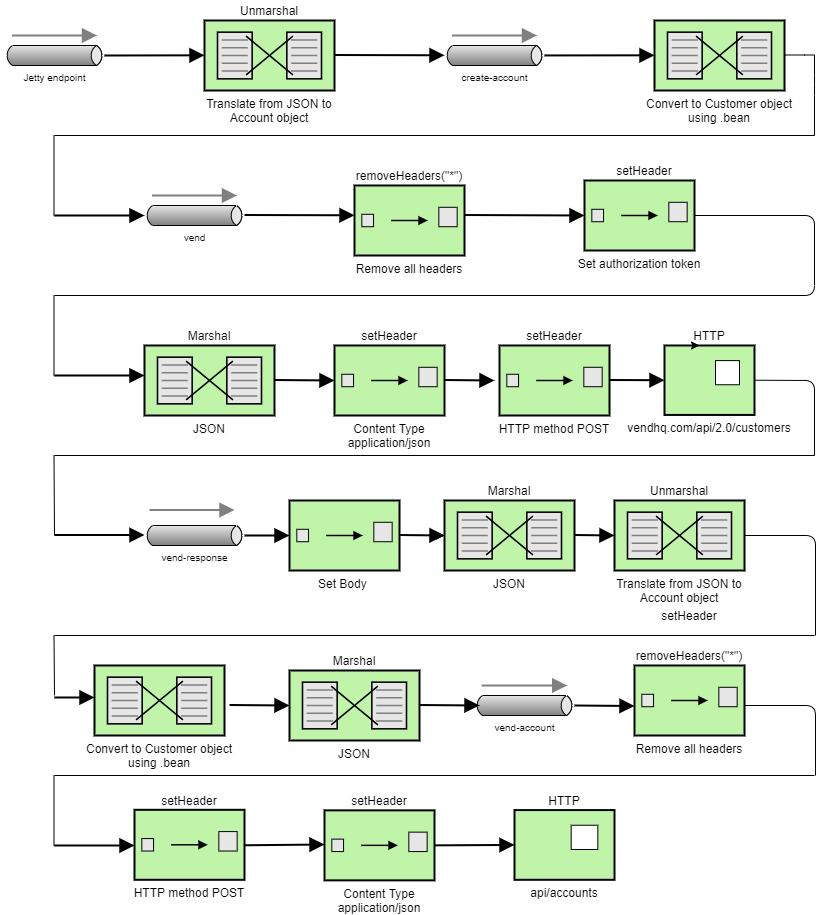
hugonzb/CamelRouter-Project keeps this draw.io diagram as CustomerAccountServiceEIP.png. Above is the earlier version. Source tidied: cells renumbered, new cells last; positions are measured from the earlier drawing's top-left corner, leaving out a move shared by most shapes.
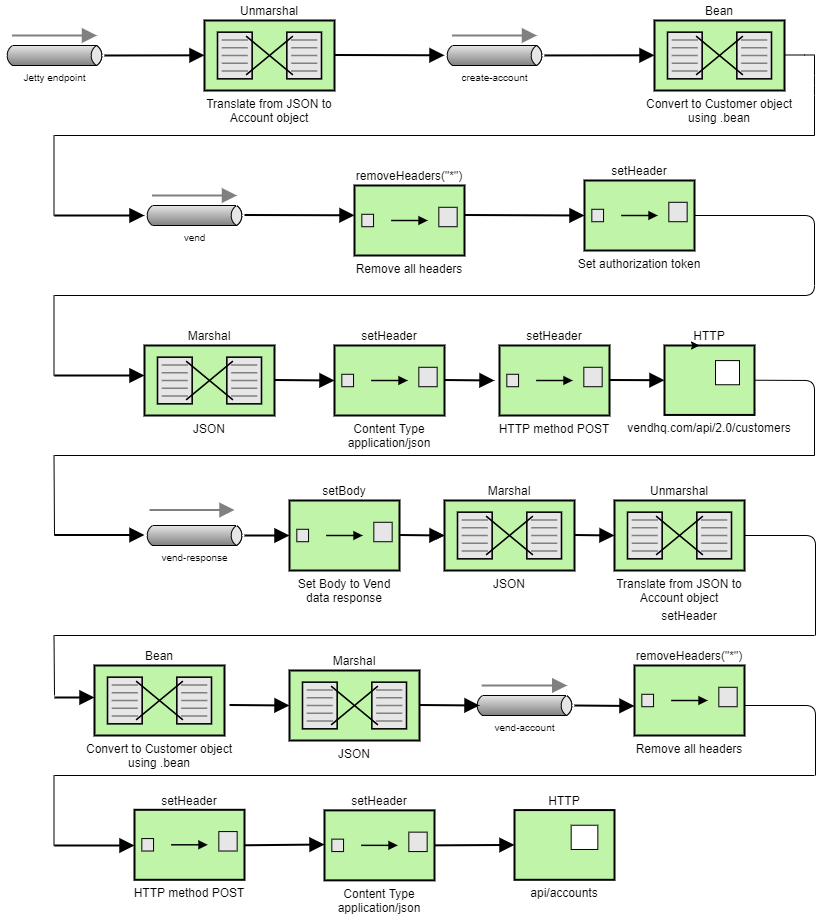
Above is the later version.

Commit message:
Completed Customer Account Service EIP diagram

Change to the diagram source:
```diff
@@ -121,7 +121,7 @@
       </mxGeometry>
     </mxCell>
     <mxCell id="24" value="setHeader" style="text;html=1;strokeColor=none;fillColor=none;align=center;verticalAlign=middle;whiteSpace=wrap;rounded=0;fontSize=12;" parent="1" vertex="1">
-      <mxGeometry x="620" y="160" width="40" height="20" as="geometry" />
+      <mxGeometry x="615" y="160" width="40" height="20" as="geometry" />
     </mxCell>
     <mxCell id="25" style="endArrow=none;html=1;strokeColor=#000000;fontSize=12;" parent="1" edge="1">
       <mxGeometry relative="1" as="geometry">
@@ -230,7 +230,7 @@
     <mxCell id="46" style="edgeStyle=orthogonalEdgeStyle;rounded=0;jettySize=auto;html=1;strokeColor=#000000;fontSize=12;" parent="1" edge="1" source="47" target="48">
       <mxGeometry relative="1" as="geometry" />
     </mxCell>
-    <mxCell id="47" value="Set Body " style="strokeWidth=2;outlineConnect=0;dashed=0;align=center;fontSize=12;fillColor=#c0f5a9;verticalLabelPosition=bottom;verticalAlign=top;shape=mxgraph.eip.content_enricher;" parent="1" vertex="1">
+    <mxCell id="47" value="Set Body to Vend&#10;data response" style="strokeWidth=2;outlineConnect=0;dashed=0;align=center;fontSize=12;fillColor=#c0f5a9;verticalLabelPosition=bottom;verticalAlign=top;shape=mxgraph.eip.content_enricher;" parent="1" vertex="1">
       <mxGeometry x="285" y="500" width="110" height="70" as="geometry" />
     </mxCell>
     <mxCell id="48" value="JSON" style="strokeWidth=2;outlineConnect=0;dashed=0;align=center;fontSize=12;shape=mxgraph.eip.message_translator;fillColor=#c0f5a9;verticalLabelPosition=bottom;verticalAlign=top;labelPosition=center;" parent="1" vertex="1">
@@ -395,5 +395,14 @@
     <mxCell id="83" value="setHeader" style="text;html=1;strokeColor=none;fillColor=none;align=center;verticalAlign=middle;whiteSpace=wrap;rounded=0;fontSize=12;" parent="1" vertex="1">
       <mxGeometry x="165" y="789.9" width="40" height="20" as="geometry" />
     </mxCell>
+    <mxCell id="84" value="setBody" style="text;html=1;strokeColor=none;fillColor=none;align=center;verticalAlign=middle;whiteSpace=wrap;rounded=0;fontSize=12;" parent="1" vertex="1">
+      <mxGeometry x="305" y="480" width="70" height="20" as="geometry" />
+    </mxCell>
+    <mxCell id="85" value="Bean" style="text;html=1;strokeColor=none;fillColor=none;align=center;verticalAlign=middle;whiteSpace=wrap;rounded=0;fontSize=12;" parent="1" vertex="1">
+      <mxGeometry x="695" width="40" height="20" as="geometry" />
+    </mxCell>
+    <mxCell id="86" value="Bean" style="text;html=1;strokeColor=none;fillColor=none;align=center;verticalAlign=middle;whiteSpace=wrap;rounded=0;fontSize=12;" parent="1" vertex="1">
+      <mxGeometry x="120" y="645" width="70" height="20" as="geometry" />
+    </mxCell>
   </root>
 </mxGraphModel>
```
